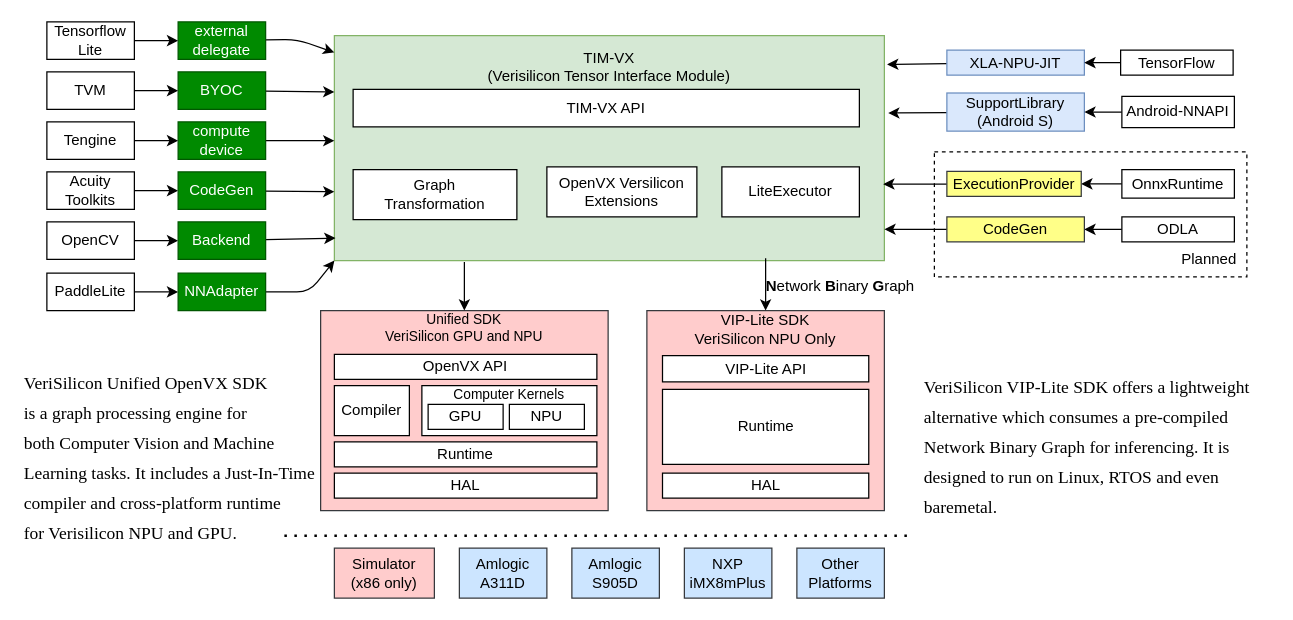
This is docs/image/timvx_overview.drawio from VeriSilicon/TIM-VX, a draw.io file, before an edit. Source tidied: cells renumbered, new cells numbered last; positions are measured from the earlier drawing's top-left corner, leaving out a move shared by most shapes. Both pictures are drawn from the tidied source at 125%, with x=0, y=0 at pixel (21, 21).
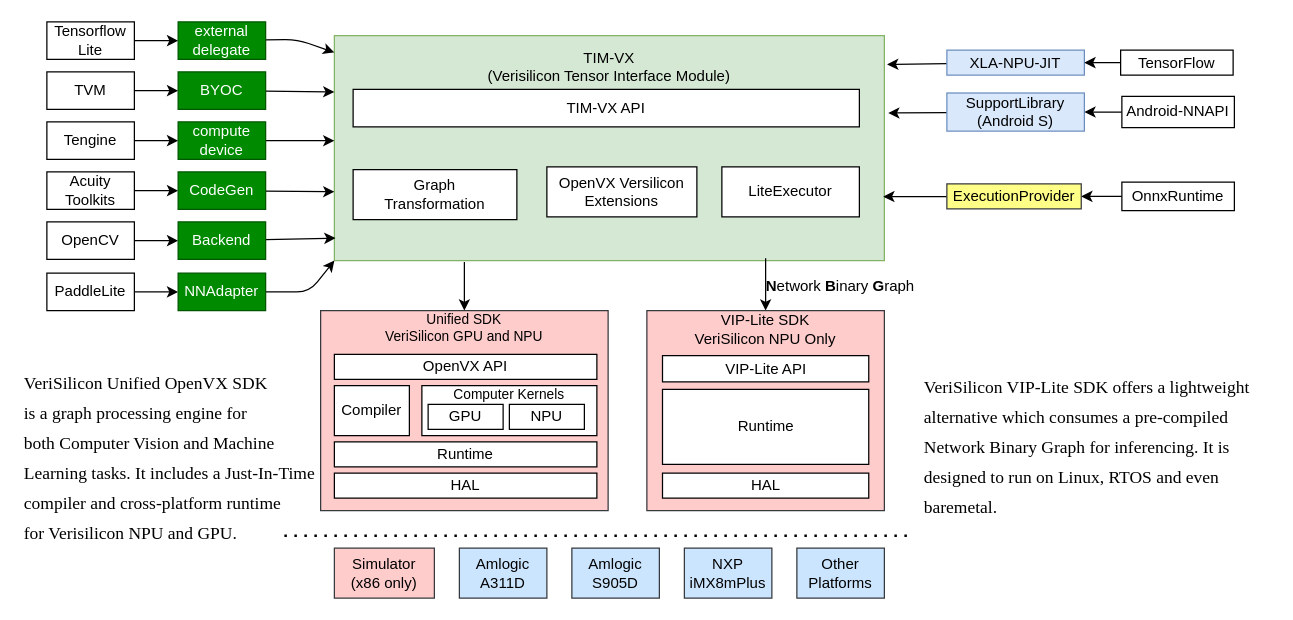
Above is the later version.

Commit message:
Update timvx-overview (#700)

Type: Documentation

Unchanged cells that the change refers to:
```xml
<mxCell id="5" value="TIM-VX&lt;br&gt;(Verisilicon Tensor Interface Module)&lt;br&gt;&lt;br&gt;&lt;br&gt;&lt;br&gt;&lt;br&gt;&lt;br&gt;&lt;br&gt;&lt;br&gt;&lt;br&gt;&lt;br&gt;" style="rounded=0;whiteSpace=wrap;html=1;fillColor=#d5e8d4;strokeColor=#82b366;" parent="1" vertex="1">
  <mxGeometry x="250" y="11" width="440" height="180" as="geometry" />
</mxCell>
```

The edit, as a diff of the source:
```diff
@@
-    <mxCell id="2" style="rounded=0;whiteSpace=wrap;html=1;strokeColor=#000000;fontColor=#000000;dashed=1;" parent="1" vertex="1">
-      <mxGeometry x="730" y="104" width="250" height="100" as="geometry" />
-    </mxCell>
@@
-    <mxCell id="50" style="edgeStyle=none;html=1;entryX=0.998;entryY=0.66;entryDx=0;entryDy=0;entryPerimeter=0;" parent="1" edge="1" source="51" target="5">
-      <mxGeometry relative="1" as="geometry" />
+    <mxCell id="50" style="edgeStyle=none;html=1;entryX=0.998;entryY=0.66;entryDx=0;entryDy=0;entryPerimeter=0;" parent="1" edge="1" source="51">
+      <mxGeometry relative="1" as="geometry">
+        <mxPoint x="689.1" y="139.8" as="targetPoint" />
+      </mxGeometry>
     </mxCell>
     <mxCell id="51" value="ExecutionProvider" style="whiteSpace=wrap;html=1;rounded=0;fillColor=#ffff88;strokeColor=#36393d;" parent="1" vertex="1">
-      <mxGeometry x="740" y="119.6" width="107.5" height="20" as="geometry" />
+      <mxGeometry x="740" y="129.6" width="107.5" height="20" as="geometry" />
     </mxCell>
-    <mxCell id="52" style="edgeStyle=orthogonalEdgeStyle;rounded=0;jettySize=auto;html=1;entryX=1;entryY=0.5;entryDx=0;entryDy=0;fontColor=#000000;" parent="1" edge="1" source="53" target="55">
-      <mxGeometry relative="1" as="geometry" />
-    </mxCell>
-    <mxCell id="53" value="ODLA" style="rounded=0;whiteSpace=wrap;html=1;strokeColor=#000000;fontColor=#000000;" parent="1" vertex="1">
-      <mxGeometry x="880" y="156" width="90" height="20" as="geometry" />
-    </mxCell>
-    <mxCell id="54" style="edgeStyle=orthogonalEdgeStyle;rounded=0;jettySize=auto;html=1;entryX=1;entryY=0.861;entryDx=0;entryDy=0;entryPerimeter=0;fontColor=#000000;" parent="1" edge="1" source="55" target="5">
-      <mxGeometry relative="1" as="geometry" />
-    </mxCell>
-    <mxCell id="55" value="CodeGen" style="rounded=0;whiteSpace=wrap;html=1;strokeColor=#36393d;fillColor=#ffff88;" parent="1" vertex="1">
-      <mxGeometry x="740" y="156" width="110" height="20" as="geometry" />
-    </mxCell>
-    <mxCell id="56" value="Planned" style="text;html=1;fillColor=none;align=center;verticalAlign=middle;whiteSpace=wrap;rounded=0;fontColor=#000000;dashed=1;" parent="1" vertex="1">
-      <mxGeometry x="905" y="169" width="90" height="42" as="geometry" />
-    </mxCell>
     <mxCell id="57" value="OnnxRuntime" style="rounded=0;whiteSpace=wrap;html=1;strokeColor=#000000;" parent="1" vertex="1">
-      <mxGeometry x="880" y="118.2" width="90" height="22.8" as="geometry" />
+      <mxGeometry x="880" y="128.2" width="90" height="22.8" as="geometry" />
     </mxCell>
```
